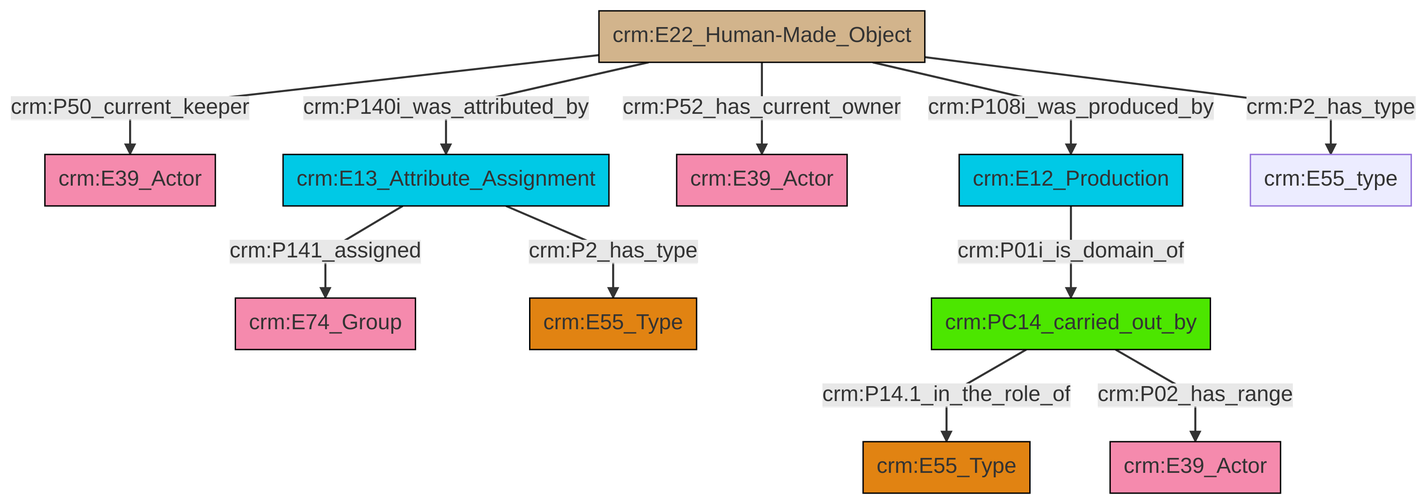
Before: et/artworkCSV/ttl/mmd/png/Artwork_Actor_Relations.png, a diagram exported from Mermaid (swiss-art-research-net/docs.swissartresearch). Its source is kept beside it as et/artworkCSV/ttl/mmd/Artwork_Actor_Relations.ttl.mmd.
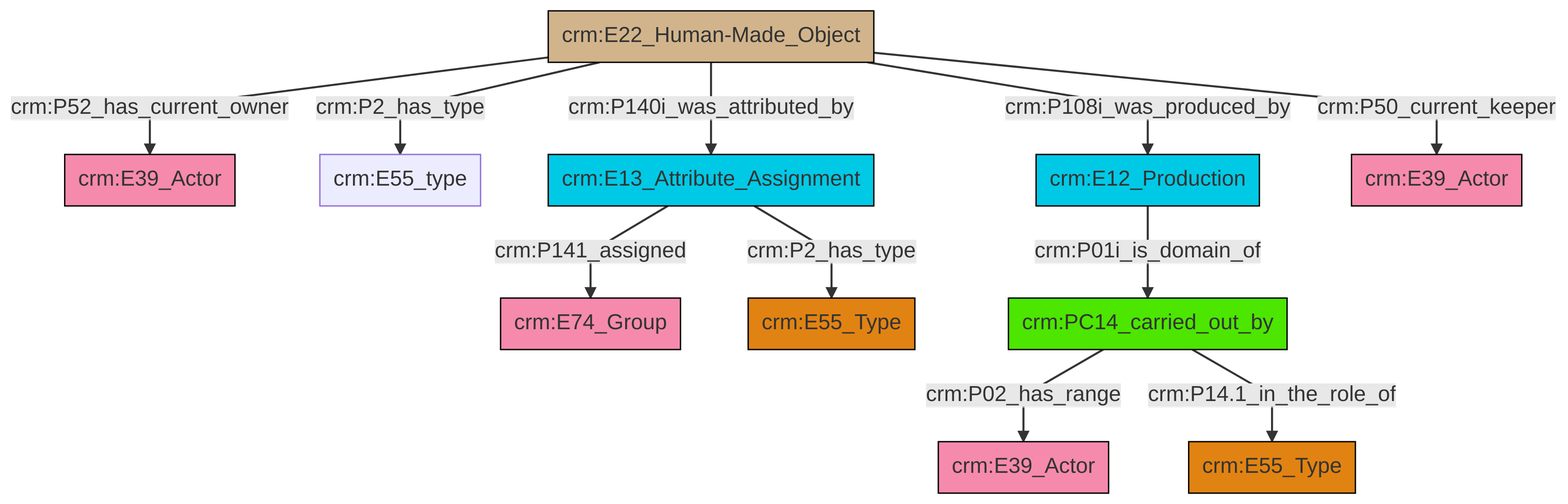
The same diagram one commit later.

Diff of the diagram source:
```diff
@@ -13,13 +13,13 @@
 classDef PC_Classes fill:#4ce600, stroke:#000000;
 classDef Multi fill:#cccccc,stroke:#000000;
 
-0["crm:E22_Human-Made_Object"]:::Physical_Thing -->|crm:P50_current_keeper| 1["crm:E39_Actor"]:::Actor
-7["crm:E13_Attribute_Assignment"]:::Temporal_Entity -->|crm:P141_assigned| 8["crm:E74_Group"]:::Actor
-0["crm:E22_Human-Made_Object"]:::Physical_Thing -->|crm:P140i_was_attributed_by| 7["crm:E13_Attribute_Assignment"]:::Temporal_Entity
-0["crm:E22_Human-Made_Object"]:::Physical_Thing -->|crm:P52_has_current_owner| 10["crm:E39_Actor"]:::Actor
-11["crm:PC14_carried_out_by"]:::PC_Classes -->|crm:P14.1_in_the_role_of| 5["crm:E55_Type"]:::Type
-0["crm:E22_Human-Made_Object"]:::Physical_Thing -->|crm:P108i_was_produced_by| 15["crm:E12_Production"]:::Temporal_Entity
-15["crm:E12_Production"]:::Temporal_Entity -->|crm:P01i_is_domain_of| 11["crm:PC14_carried_out_by"]:::PC_Classes
-11["crm:PC14_carried_out_by"]:::PC_Classes -->|crm:P02_has_range| 2["crm:E39_Actor"]:::Actor
-0["crm:E22_Human-Made_Object"]:::Physical_Thing -->|crm:P2_has_type| 16["crm:E55_type"]:::Default
-7["crm:E13_Attribute_Assignment"]:::Temporal_Entity -->|crm:P2_has_type| 12["crm:E55_Type"]:::Type
+0["crm:E22_Human-Made_Object"]:::Physical_Thing -->|crm:P52_has_current_owner| 1["crm:E39_Actor"]:::Actor
+4["crm:E13_Attribute_Assignment"]:::Temporal_Entity -->|crm:P141_assigned| 5["crm:E74_Group"]:::Actor
+4["crm:E13_Attribute_Assignment"]:::Temporal_Entity -->|crm:P2_has_type| 8["crm:E55_Type"]:::Type
+9["crm:PC14_carried_out_by"]:::PC_Classes -->|crm:P02_has_range| 11["crm:E39_Actor"]:::Actor
+9["crm:PC14_carried_out_by"]:::PC_Classes -->|crm:P14.1_in_the_role_of| 6["crm:E55_Type"]:::Type
+0["crm:E22_Human-Made_Object"]:::Physical_Thing -->|crm:P140i_was_attributed_by| 4["crm:E13_Attribute_Assignment"]:::Temporal_Entity
+0["crm:E22_Human-Made_Object"]:::Physical_Thing -->|crm:P2_has_type| 2["crm:E55_type"]:::Default
+0["crm:E22_Human-Made_Object"]:::Physical_Thing -->|crm:P50_current_keeper| 16["crm:E39_Actor"]:::Actor
+12["crm:E12_Production"]:::Temporal_Entity -->|crm:P01i_is_domain_of| 9["crm:PC14_carried_out_by"]:::PC_Classes
+0["crm:E22_Human-Made_Object"]:::Physical_Thing -->|crm:P108i_was_produced_by| 12["crm:E12_Production"]:::Temporal_Entity
```
